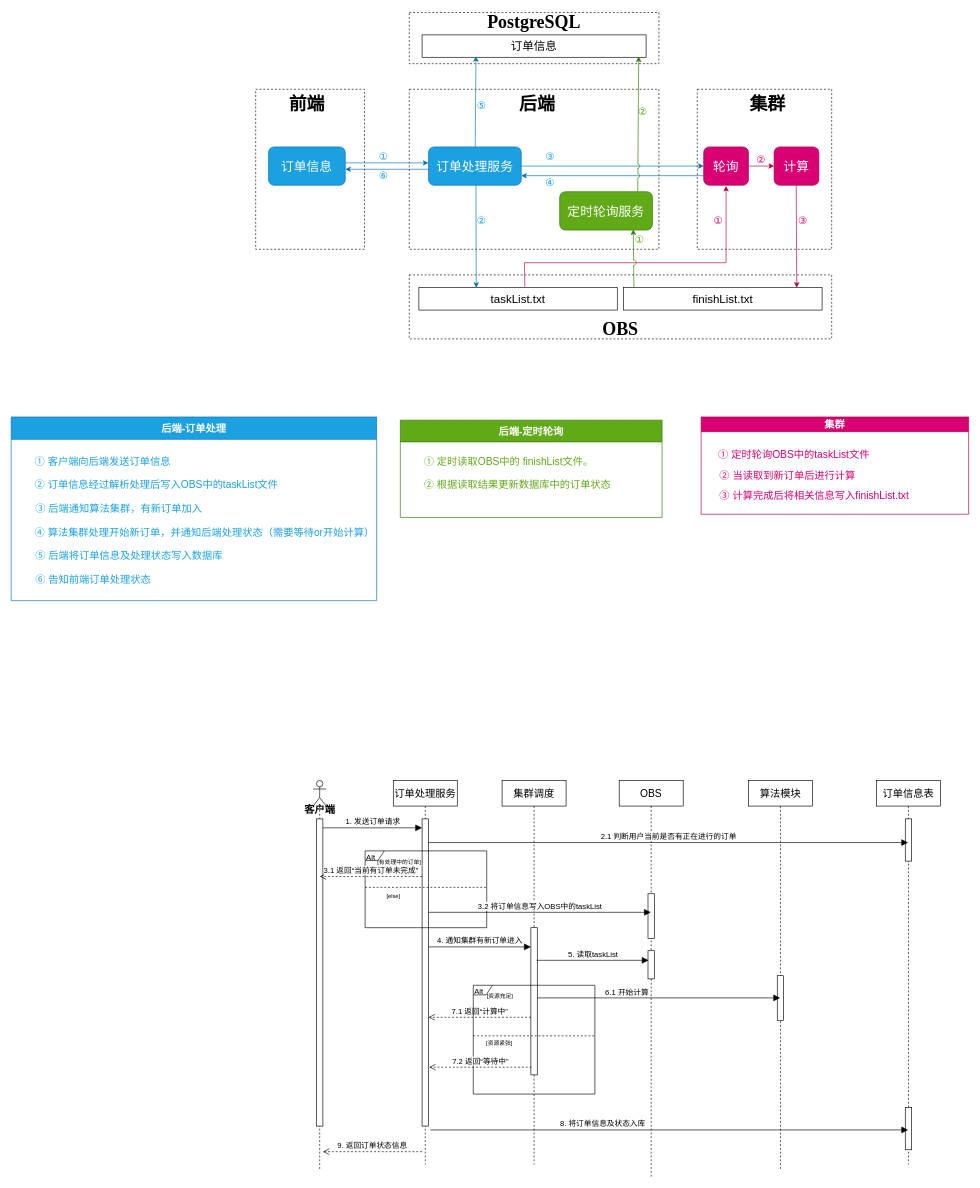
The draw.io diagram 未命名绘图.drawio in wjbgis/wjbgis, before the edit. Source tidied: cells renumbered, new cells numbered last; positions are measured from the earlier drawing's top-left corner, leaving out a move shared by most shapes. Both pictures are drawn from the tidied source at 64%, with x=0, y=0 at pixel (11, 12).
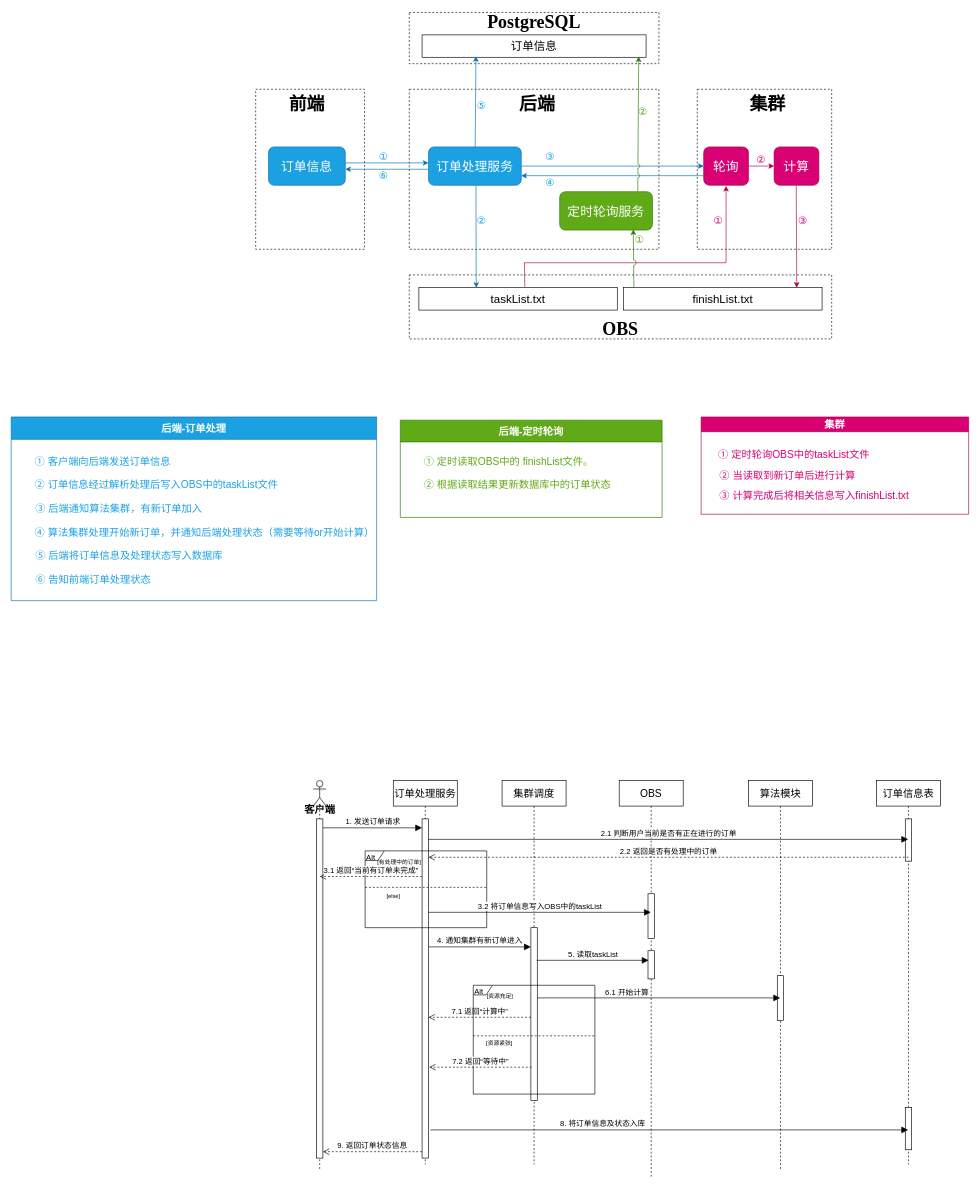
After the change.

Commit message:
更新未命名绘图.drawio

The change refers to these unchanged cells:
```xml
<mxCell id="56" style="shape=umlLifeline;perimeter=lifelinePerimeter;whiteSpace=wrap;html=1;newEdgeStyle={&quot;curved&quot;:0,&quot;rounded&quot;:0};participant=umlActor;fontSize=16;" parent="1" vertex="1">
  <mxGeometry x="472" y="1200" width="20" height="610" as="geometry" />
</mxCell>
<mxCell id="58" value="订单处理服务" style="shape=umlLifeline;perimeter=lifelinePerimeter;whiteSpace=wrap;html=1;newEdgeStyle={&quot;curved&quot;:0,&quot;rounded&quot;:0};fontSize=16;" parent="1" vertex="1">
  <mxGeometry x="597" y="1200" width="100" height="600" as="geometry" />
</mxCell>
<mxCell id="60" value="集群调度" style="shape=umlLifeline;perimeter=lifelinePerimeter;whiteSpace=wrap;html=1;newEdgeStyle={&quot;curved&quot;:0,&quot;rounded&quot;:0};fontSize=16;" parent="1" vertex="1">
  <mxGeometry x="767" y="1200" width="100" height="600" as="geometry" />
</mxCell>
<mxCell id="66" value="订单信息表" style="shape=umlLifeline;perimeter=lifelinePerimeter;whiteSpace=wrap;html=1;outlineConnect=0;portConstraint=eastwest;newEdgeStyle={&quot;curved&quot;:0,&quot;rounded&quot;:0};fontSize=16;" parent="1" vertex="1">
  <mxGeometry x="1352" y="1200" width="100" height="600" as="geometry" />
</mxCell>
```

The edit, as a diff of the source:
```diff
@@
     <mxCell id="57" style="html=1;perimeter=orthogonalPerimeter;targetShapes=umlLifeline;newEdgeStyle={&quot;curved&quot;:0,&quot;rounded&quot;:0};fontSize=16;" parent="56" vertex="1">
-      <mxGeometry x="5" y="60" width="10" height="480" as="geometry" />
+      <mxGeometry x="5" y="60" width="10" height="530" as="geometry" />
     </mxCell>
@@
     <mxCell id="59" style="html=1;points=[[0,0,0,0,5],[0,1,0,0,-5],[1,0,0,0,5],[1,1,0,0,-5]];perimeter=orthogonalPerimeter;outlineConnect=0;targetShapes=umlLifeline;portConstraint=eastwest;newEdgeStyle={&quot;curved&quot;:0,&quot;rounded&quot;:0};fontSize=16;" parent="58" vertex="1">
-      <mxGeometry x="45" y="60" width="10" height="480" as="geometry" />
+      <mxGeometry x="45" y="60" width="10" height="530" as="geometry" />
     </mxCell>
@@
     <mxCell id="61" style="html=1;perimeter=orthogonalPerimeter;targetShapes=umlLifeline;newEdgeStyle={&quot;curved&quot;:0,&quot;rounded&quot;:0};fontSize=16;" parent="60" vertex="1">
-      <mxGeometry x="45" y="230" width="10" height="230" as="geometry" />
+      <mxGeometry x="45" y="230" width="10" height="270" as="geometry" />
     </mxCell>
@@
-    <mxCell id="83" value="2.1 判断用户当前是否有正在进行的订单" style="html=1;verticalAlign=bottom;endArrow=block;curved=0;rounded=0;fontSize=12;startSize=8;endSize=8;" parent="1" edge="1" target="66">
+    <mxCell id="83" value="2.1 判断用户当前是否有正在进行的订单" style="html=1;verticalAlign=bottom;endArrow=block;curved=0;rounded=0;fontSize=12;startSize=8;endSize=8;" parent="1" edge="1">
       <mxGeometry relative="1" as="geometry">
-        <mxPoint x="652" y="1297" as="sourcePoint" />
+        <mxPoint x="652" y="1292" as="sourcePoint" />
+        <mxPoint x="1401.5" y="1292" as="targetPoint" />
       </mxGeometry>
     </mxCell>
@@
+    <mxCell id="90" value="2.2 返回是否有处理中的订单" style="html=1;verticalAlign=bottom;endArrow=open;dashed=1;endSize=8;curved=0;rounded=0;fontSize=12;" parent="1" edge="1" target="59">
+      <mxGeometry relative="1" as="geometry">
+        <mxPoint x="1402" y="1320" as="sourcePoint" />
+      </mxGeometry>
+    </mxCell>
```
